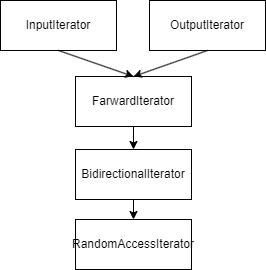
Earlier version of the draw.io export CS/语言/C(++)/迭代器关系.drawio.png (sirius-zyj/Images). Source tidied: cells renumbered, new cells last; positions are measured from the earlier drawing's top-left corner, leaving out a move shared by most shapes. The source it was exported from:
```xml
<mxGraphModel background="#ffffff">
  <root>
    <mxCell id="0" />
    <mxCell id="1" parent="0" />
    <mxCell id="2" value="InputIterator" style="rounded=0;whiteSpace=wrap;html=1;" parent="1" vertex="1">
      <mxGeometry width="116" height="50" as="geometry" />
    </mxCell>
    <mxCell id="3" value="OutputIterator" style="rounded=0;whiteSpace=wrap;html=1;" parent="1" vertex="1">
      <mxGeometry x="149" width="116" height="50" as="geometry" />
    </mxCell>
    <mxCell id="4" value="FarwardIterator" style="rounded=0;whiteSpace=wrap;html=1;" parent="1" vertex="1">
      <mxGeometry x="75" y="76" width="116" height="50" as="geometry" />
    </mxCell>
    <mxCell id="5" value="BidirectionalIterator" style="rounded=0;whiteSpace=wrap;html=1;" parent="1" vertex="1">
      <mxGeometry x="75" y="149" width="116" height="50" as="geometry" />
    </mxCell>
    <mxCell id="6" value="RandomAccessIterator" style="rounded=0;whiteSpace=wrap;html=1;" parent="1" vertex="1">
      <mxGeometry x="75" y="219" width="116" height="50" as="geometry" />
    </mxCell>
    <mxCell id="7" style="endArrow=classic;html=1;rounded=0;exitX=0.5;exitY=1;exitDx=0;exitDy=0;entryX=0.5;entryY=0;entryDx=0;entryDy=0;" parent="1" edge="1" source="2" target="4">
      <mxGeometry relative="1" as="geometry" />
    </mxCell>
    <mxCell id="8" style="endArrow=classic;html=1;rounded=0;exitX=0.5;exitY=1;exitDx=0;exitDy=0;entryX=0.5;entryY=0;entryDx=0;entryDy=0;" parent="1" edge="1" source="3" target="4">
      <mxGeometry relative="1" as="geometry" />
    </mxCell>
    <mxCell id="9" style="endArrow=classic;html=1;rounded=0;exitX=0.5;exitY=1;exitDx=0;exitDy=0;entryX=0.5;entryY=0;entryDx=0;entryDy=0;" parent="1" edge="1" source="4" target="5">
      <mxGeometry relative="1" as="geometry" />
    </mxCell>
    <mxCell id="10" style="endArrow=classic;html=1;rounded=0;exitX=0.5;exitY=1;exitDx=0;exitDy=0;entryX=0.5;entryY=0;entryDx=0;entryDy=0;" parent="1" edge="1" source="5" target="6">
      <mxGeometry relative="1" as="geometry" />
    </mxCell>
  </root>
</mxGraphModel>
```
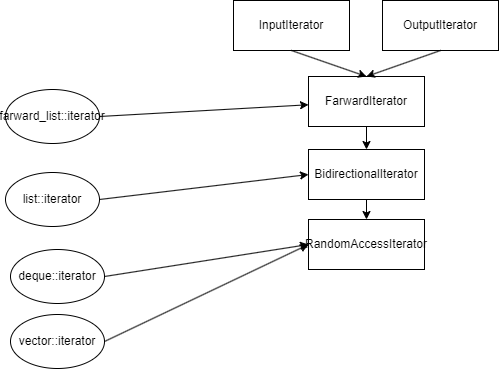
The same file after the commit.

Commit message:
更新迭代器关系.drawio.png

Diff of the diagram source:
```diff
@@ -29,5 +29,29 @@
     <mxCell id="10" style="endArrow=classic;html=1;rounded=0;exitX=0.5;exitY=1;exitDx=0;exitDy=0;entryX=0.5;entryY=0;entryDx=0;entryDy=0;" parent="1" edge="1" source="5" target="6">
       <mxGeometry relative="1" as="geometry" />
     </mxCell>
+    <mxCell id="11" value="vector::iterator" style="ellipse;whiteSpace=wrap;html=1;" parent="1" vertex="1">
+      <mxGeometry x="-223" y="314" width="94" height="54" as="geometry" />
+    </mxCell>
+    <mxCell id="12" value="list::iterator" style="ellipse;whiteSpace=wrap;html=1;" parent="1" vertex="1">
+      <mxGeometry x="-228" y="172" width="94" height="54" as="geometry" />
+    </mxCell>
+    <mxCell id="13" value="farward_list::iterator" style="ellipse;whiteSpace=wrap;html=1;" parent="1" vertex="1">
+      <mxGeometry x="-228" y="89" width="94" height="54" as="geometry" />
+    </mxCell>
+    <mxCell id="14" value="deque::iterator" style="ellipse;whiteSpace=wrap;html=1;" parent="1" vertex="1">
+      <mxGeometry x="-223" y="249" width="94" height="54" as="geometry" />
+    </mxCell>
+    <mxCell id="15" style="endArrow=classic;html=1;rounded=0;exitX=1;exitY=0.5;exitDx=0;exitDy=0;" parent="1" edge="1" source="13" target="4">
+      <mxGeometry relative="1" as="geometry" />
+    </mxCell>
+    <mxCell id="16" style="endArrow=classic;html=1;rounded=0;exitX=1;exitY=0.5;exitDx=0;exitDy=0;entryX=0;entryY=0.5;entryDx=0;entryDy=0;" parent="1" edge="1" source="12" target="5">
+      <mxGeometry relative="1" as="geometry" />
+    </mxCell>
+    <mxCell id="17" style="endArrow=classic;html=1;rounded=0;exitX=1;exitY=0.5;exitDx=0;exitDy=0;entryX=0;entryY=0.5;entryDx=0;entryDy=0;" parent="1" edge="1" source="14" target="6">
+      <mxGeometry relative="1" as="geometry" />
+    </mxCell>
+    <mxCell id="18" style="endArrow=classic;html=1;rounded=0;exitX=1;exitY=0.5;exitDx=0;exitDy=0;entryX=0;entryY=0.5;entryDx=0;entryDy=0;" parent="1" edge="1" source="11" target="6">
+      <mxGeometry relative="1" as="geometry" />
+    </mxCell>
   </root>
 </mxGraphModel>
```
